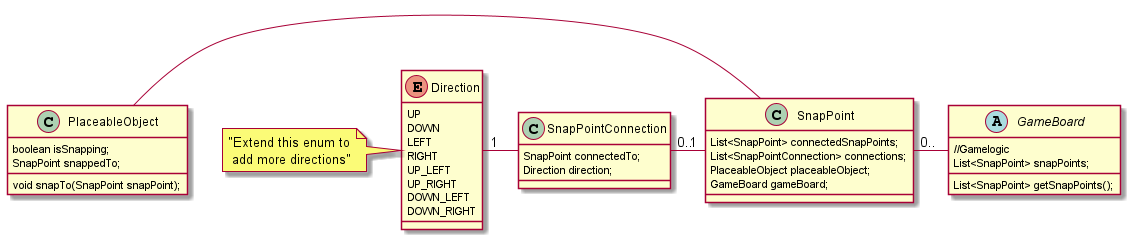
MisterIXI/wiapMR keeps this PlantUML diagram as WIAP_ObsidianVault/PlantUML/WiapMR_BasicStructure.png. Above is the earlier version.
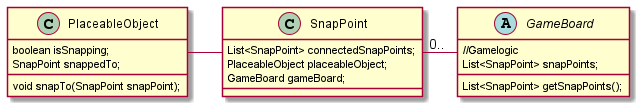
Above is the later version.

Commit message:
Rework of uml and basic structure

What changed in the source:
```diff
@@ -1,43 +1,17 @@
 @startuml WiapMR_BasicStructure
 
-
-
 PlaceableObject - SnapPoint
-
-enum Direction{
-    UP
-    DOWN
-    LEFT
-    RIGHT
-    UP_LEFT
-    UP_RIGHT
-    DOWN_LEFT
-    DOWN_RIGHT
- }
- note left: "Extend this enum to\n add more directions"
 
 class PlaceableObject{
     boolean isSnapping;
     SnapPoint snappedTo;
-
     void snapTo(SnapPoint snapPoint);
 }
-Direction "1" - SnapPointConnection
-
-class SnapPointConnection{
-    SnapPoint connectedTo;
-    Direction direction;
-}
-
-SnapPointConnection "0.." - "1" SnapPoint
 
 class SnapPoint {
     List<SnapPoint> connectedSnapPoints;
-    List<SnapPointConnection> connections;
     PlaceableObject placeableObject;
     GameBoard gameBoard;
-
-
 }
 
 SnapPoint "0.." - GameBoard
@@ -47,6 +21,4 @@
     List<SnapPoint> snapPoints;
     List<SnapPoint> getSnapPoints();
 }
-
-
 @enduml
```
